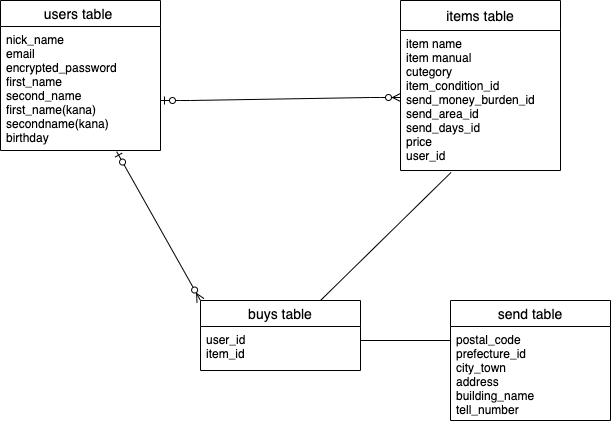
Earlier version of the draw.io export furima.drawio.png (oguken/furima-33845). Source tidied: cells renumbered, new cells last; positions are measured from the earlier drawing's top-left corner, leaving out a move shared by most shapes. The source it was exported from:
```xml
<mxGraphModel>
  <root>
    <mxCell id="0" />
    <mxCell id="1" parent="0" />
    <mxCell id="2" value="users table " style="swimlane;fontStyle=0;horizontal=1;startSize=26;align=center;fontSize=14;" parent="1" vertex="1">
      <mxGeometry width="160" height="150" as="geometry" />
    </mxCell>
    <mxCell id="3" value="nick_name&#10;email&#10;encrypted_password&#10;first_name&#10;second_name&#10;first_name(kana)&#10;secondname(kana)&#10;birthday&#10;" style="text;strokeColor=none;fillColor=none;spacingLeft=4;spacingRight=4;overflow=hidden;points=[[0,0.5],[1,0.5]];portConstraint=eastwest;fontSize=12;" parent="2" vertex="1">
      <mxGeometry y="26" width="160" height="124" as="geometry" />
    </mxCell>
    <mxCell id="4" value="items table" style="swimlane;fontStyle=0;horizontal=1;startSize=30;align=center;fontSize=14;" parent="1" vertex="1">
      <mxGeometry x="400" width="160" height="170" as="geometry" />
    </mxCell>
    <mxCell id="5" value="item name&#10;item manual&#10;cutegory&#10;item_condition_id&#10;send_money_burden_id&#10;send_area_id&#10;send_days_id&#10;price&#10;user_id&#10;&#10;&#10; &#10;&#10;&#10;" style="text;strokeColor=none;fillColor=none;spacingLeft=4;spacingRight=4;overflow=hidden;points=[[0,0.5],[1,0.5]];portConstraint=eastwest;fontSize=12;" parent="4" vertex="1">
      <mxGeometry y="30" width="160" height="140" as="geometry" />
    </mxCell>
    <mxCell id="6" value="send table" style="swimlane;fontStyle=0;horizontal=1;startSize=26;align=center;fontSize=14;" parent="1" vertex="1">
      <mxGeometry x="450" y="300" width="160" height="120" as="geometry" />
    </mxCell>
    <mxCell id="7" value="postal_code&#10;prefecture_id&#10;city_town&#10;address&#10;building_name&#10;tell_number&#10;" style="text;strokeColor=none;fillColor=none;spacingLeft=4;spacingRight=4;overflow=hidden;fontSize=12;" parent="6" vertex="1">
      <mxGeometry y="26" width="160" height="94" as="geometry" />
    </mxCell>
    <mxCell id="8" value="buys table" style="swimlane;fontStyle=0;horizontal=1;startSize=26;align=center;fontSize=14;" parent="1" vertex="1">
      <mxGeometry x="200" y="300" width="160" height="70" as="geometry" />
    </mxCell>
    <mxCell id="9" value="user_id&#10;item_id&#10;" style="text;strokeColor=none;fillColor=none;spacingLeft=4;spacingRight=4;overflow=hidden;fontSize=12;" parent="8" vertex="1">
      <mxGeometry y="26" width="160" height="44" as="geometry" />
    </mxCell>
    <mxCell id="10" style="edgeStyle=entityRelationEdgeStyle;fontSize=12;html=1;endArrow=ERzeroToMany;startArrow=ERzeroToOne;" parent="1" edge="1">
      <mxGeometry relative="1" as="geometry">
        <mxPoint x="160" y="100" as="sourcePoint" />
        <mxPoint x="400" y="97" as="targetPoint" />
      </mxGeometry>
    </mxCell>
    <mxCell id="11" style="fontSize=12;html=1;endArrow=ERzeroToMany;startArrow=ERzeroToOne;entryX=0;entryY=0;entryDx=0;entryDy=0;exitX=0.726;exitY=1.009;exitDx=0;exitDy=0;exitPerimeter=0;" parent="1" edge="1" source="3" target="8">
      <mxGeometry relative="1" as="geometry" />
    </mxCell>
    <mxCell id="12" style="endArrow=none;html=1;rounded=0;entryX=0.316;entryY=1.014;entryDx=0;entryDy=0;entryPerimeter=0;exitX=0.75;exitY=0;exitDx=0;exitDy=0;" parent="1" edge="1" source="8" target="5">
      <mxGeometry relative="1" as="geometry" />
    </mxCell>
    <mxCell id="13" style="line;strokeWidth=1;dashed=0;labelPosition=right;align=left;verticalAlign=middle;spacingTop=0;spacingLeft=6;" parent="1" vertex="1">
      <mxGeometry x="360" y="335" width="90" height="10" as="geometry" />
    </mxCell>
  </root>
</mxGraphModel>
```
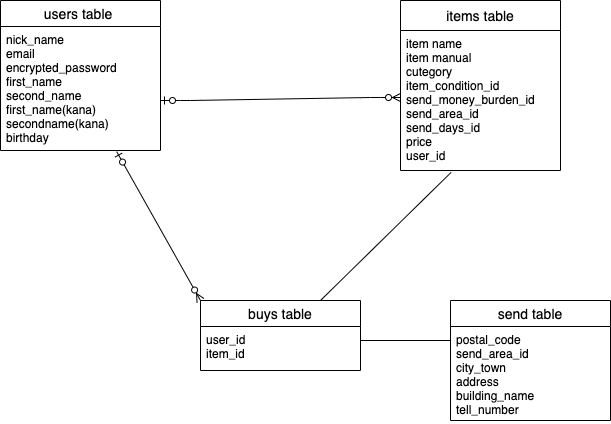
Later version of the same file.

Commit message:
データベース設計４

Change to the diagram source:
```diff
@@ -17,7 +17,7 @@
     <mxCell id="6" value="send table" style="swimlane;fontStyle=0;horizontal=1;startSize=26;align=center;fontSize=14;" parent="1" vertex="1">
       <mxGeometry x="450" y="300" width="160" height="120" as="geometry" />
     </mxCell>
-    <mxCell id="7" value="postal_code&#10;prefecture_id&#10;city_town&#10;address&#10;building_name&#10;tell_number&#10;" style="text;strokeColor=none;fillColor=none;spacingLeft=4;spacingRight=4;overflow=hidden;fontSize=12;" parent="6" vertex="1">
+    <mxCell id="7" value="postal_code&#10;send_area_id&#10;city_town&#10;address&#10;building_name&#10;tell_number&#10;" style="text;strokeColor=none;fillColor=none;spacingLeft=4;spacingRight=4;overflow=hidden;fontSize=12;" parent="6" vertex="1">
       <mxGeometry y="26" width="160" height="94" as="geometry" />
     </mxCell>
     <mxCell id="8" value="buys table" style="swimlane;fontStyle=0;horizontal=1;startSize=26;align=center;fontSize=14;" parent="1" vertex="1">
```
